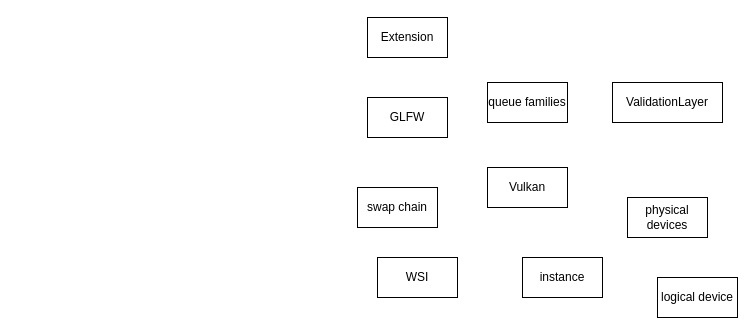
The draw.io diagram LearnVulkan.drawio in binbin2333/learnvulkan, before the edit. Source tidied: cells renumbered, new cells numbered last; positions are measured from the earlier drawing's top-left corner, leaving out a move shared by most shapes. Both pictures are drawn from the tidied source at 100%, with x=0, y=0 at pixel (357, 17).
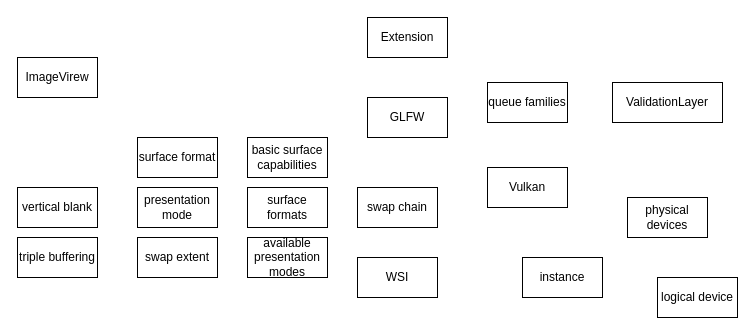
The same diagram, later.

Diff of the diagram source:
```diff
@@
     <mxCell id="6" value="WSI" style="rounded=0;whiteSpace=wrap;html=1;" parent="1" vertex="1">
-      <mxGeometry x="20" y="240" width="80" height="40" as="geometry" />
+      <mxGeometry y="240" width="80" height="40" as="geometry" />
     </mxCell>
@@
+    <mxCell id="12" value="basic surface capabilities" style="rounded=0;whiteSpace=wrap;html=1;" parent="1" vertex="1">
+      <mxGeometry x="-110" y="120" width="80" height="40" as="geometry" />
+    </mxCell>
+    <mxCell id="13" value="surface formats" style="rounded=0;whiteSpace=wrap;html=1;" parent="1" vertex="1">
+      <mxGeometry x="-110" y="170" width="80" height="40" as="geometry" />
+    </mxCell>
+    <mxCell id="14" value="available presentation modes" style="rounded=0;whiteSpace=wrap;html=1;" parent="1" vertex="1">
+      <mxGeometry x="-110" y="220" width="80" height="40" as="geometry" />
+    </mxCell>
+    <mxCell id="15" value="surface format" style="rounded=0;whiteSpace=wrap;html=1;" parent="1" vertex="1">
+      <mxGeometry x="-220" y="120" width="80" height="40" as="geometry" />
+    </mxCell>
+    <mxCell id="16" value="presentation mode" style="rounded=0;whiteSpace=wrap;html=1;" parent="1" vertex="1">
+      <mxGeometry x="-220" y="170" width="80" height="40" as="geometry" />
+    </mxCell>
+    <mxCell id="17" value="swap extent" style="rounded=0;whiteSpace=wrap;html=1;" parent="1" vertex="1">
+      <mxGeometry x="-220" y="220" width="80" height="40" as="geometry" />
+    </mxCell>
+    <mxCell id="18" value="vertical blank" style="rounded=0;whiteSpace=wrap;html=1;" parent="1" vertex="1">
+      <mxGeometry x="-340" y="170" width="80" height="40" as="geometry" />
+    </mxCell>
+    <mxCell id="19" value="triple buffering" style="rounded=0;whiteSpace=wrap;html=1;" parent="1" vertex="1">
+      <mxGeometry x="-340" y="220" width="80" height="40" as="geometry" />
+    </mxCell>
+    <mxCell id="20" value="ImageVirew" style="rounded=0;whiteSpace=wrap;html=1;" parent="1" vertex="1">
+      <mxGeometry x="-340" y="40" width="80" height="40" as="geometry" />
+    </mxCell>
```
